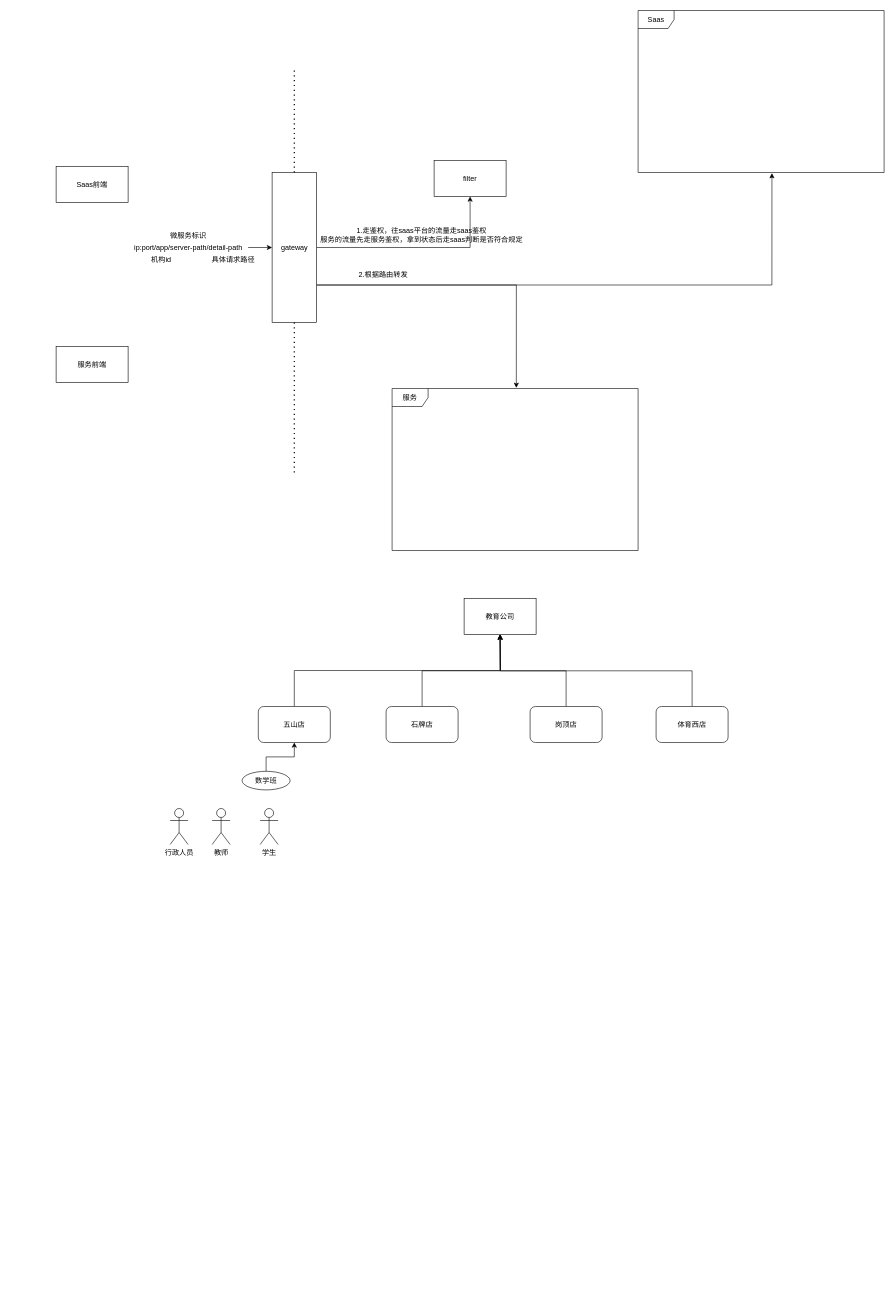
The draw.io diagram page "第 3 页" (3 of 3) of raft.drawio in Echidnaaa/draw, before the edit. Source tidied: cells renumbered, new cells numbered last; positions are measured from the earlier drawing's top-left corner, leaving out a move shared by most shapes. Both pictures are drawn from the tidied source at 60%, with x=0, y=0 at pixel (56, 10).
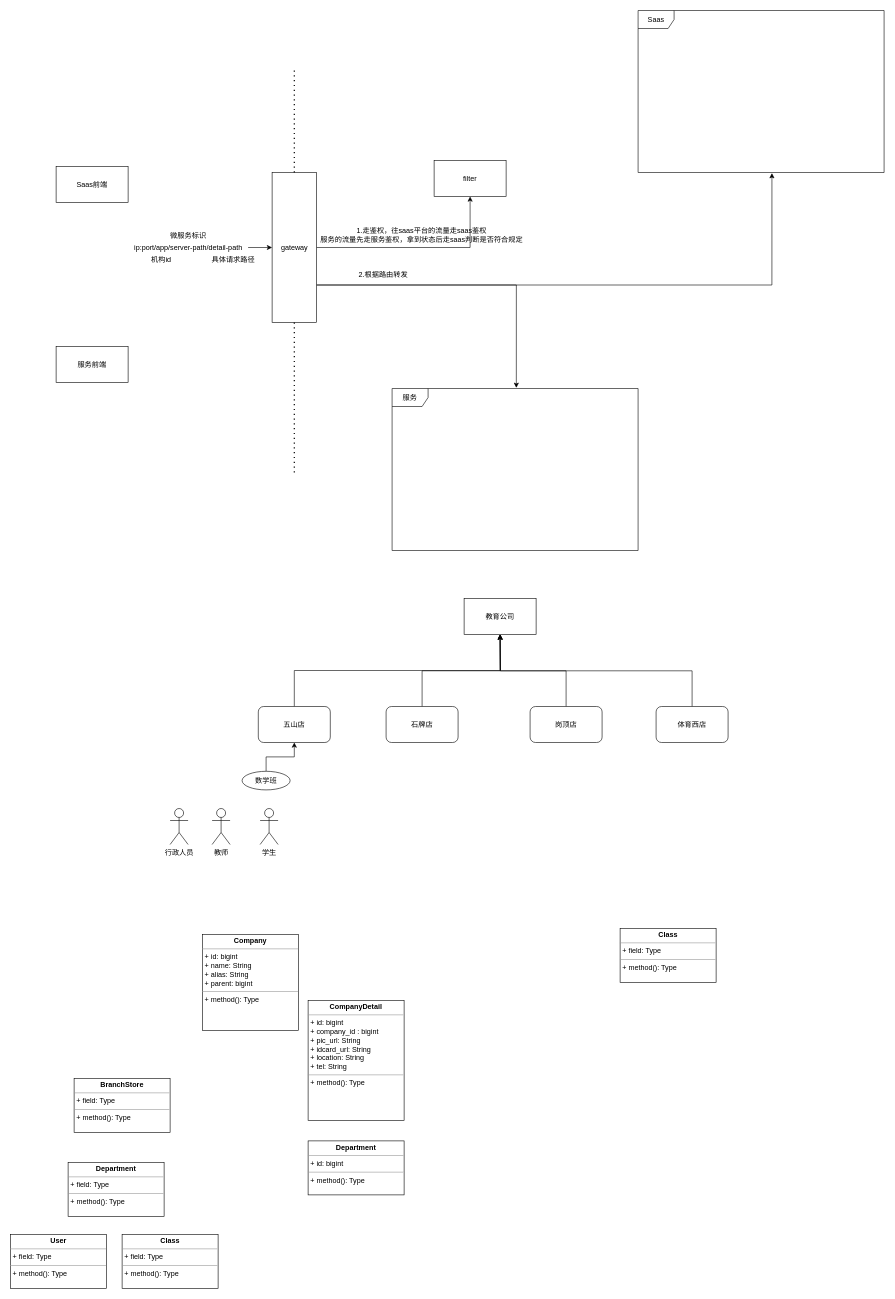
After the change.

Change to the diagram source:
```diff
@@
+    <mxCell id="34" value="&lt;p style=&quot;margin: 0px ; margin-top: 4px ; text-align: center&quot;&gt;&lt;b&gt;Company&lt;/b&gt;&lt;/p&gt;&lt;hr size=&quot;1&quot;&gt;&lt;p style=&quot;margin: 0px ; margin-left: 4px&quot;&gt;+ id: bigint&lt;/p&gt;&lt;p style=&quot;margin: 0px ; margin-left: 4px&quot;&gt;+ name: String&lt;/p&gt;&lt;p style=&quot;margin: 0px ; margin-left: 4px&quot;&gt;+ alias: String&lt;/p&gt;&lt;p style=&quot;margin: 0px ; margin-left: 4px&quot;&gt;+ parent: bigint&lt;/p&gt;&lt;hr size=&quot;1&quot;&gt;&lt;p style=&quot;margin: 0px ; margin-left: 4px&quot;&gt;+ method(): Type&lt;/p&gt;" style="verticalAlign=top;align=left;overflow=fill;fontSize=12;fontFamily=Helvetica;html=1;" parent="1" vertex="1">
+      <mxGeometry x="244" y="1540" width="160" height="160" as="geometry" />
+    </mxCell>
+    <mxCell id="35" value="&lt;p style=&quot;margin: 0px ; margin-top: 4px ; text-align: center&quot;&gt;&lt;b&gt;User&lt;/b&gt;&lt;/p&gt;&lt;hr size=&quot;1&quot;&gt;&lt;p style=&quot;margin: 0px ; margin-left: 4px&quot;&gt;+ field: Type&lt;/p&gt;&lt;hr size=&quot;1&quot;&gt;&lt;p style=&quot;margin: 0px ; margin-left: 4px&quot;&gt;+ method(): Type&lt;/p&gt;" style="verticalAlign=top;align=left;overflow=fill;fontSize=12;fontFamily=Helvetica;html=1;" parent="1" vertex="1">
+      <mxGeometry x="-76" y="2040" width="160" height="90" as="geometry" />
+    </mxCell>
+    <mxCell id="36" value="&lt;p style=&quot;margin: 0px ; margin-top: 4px ; text-align: center&quot;&gt;&lt;b&gt;CompanyDetail&lt;/b&gt;&lt;/p&gt;&lt;hr size=&quot;1&quot;&gt;&lt;p style=&quot;margin: 0px ; margin-left: 4px&quot;&gt;+ id: bigint&lt;/p&gt;&lt;p style=&quot;margin: 0px ; margin-left: 4px&quot;&gt;+ company_id : bigint&lt;/p&gt;&lt;p style=&quot;margin: 0px ; margin-left: 4px&quot;&gt;+ pic_url: String&lt;/p&gt;&lt;p style=&quot;margin: 0px ; margin-left: 4px&quot;&gt;+ idcard_url: String&lt;/p&gt;&lt;p style=&quot;margin: 0px ; margin-left: 4px&quot;&gt;+ location: String&lt;/p&gt;&lt;p style=&quot;margin: 0px ; margin-left: 4px&quot;&gt;+ tel: String&lt;/p&gt;&lt;hr size=&quot;1&quot;&gt;&lt;p style=&quot;margin: 0px ; margin-left: 4px&quot;&gt;+ method(): Type&lt;/p&gt;" style="verticalAlign=top;align=left;overflow=fill;fontSize=12;fontFamily=Helvetica;html=1;" parent="1" vertex="1">
+      <mxGeometry x="420" y="1650" width="160" height="200" as="geometry" />
+    </mxCell>
+    <mxCell id="37" value="&lt;p style=&quot;margin:0px;margin-top:4px;text-align:center;&quot;&gt;&lt;b&gt;Class&lt;/b&gt;&lt;/p&gt;&lt;hr size=&quot;1&quot;/&gt;&lt;p style=&quot;margin:0px;margin-left:4px;&quot;&gt;+ field: Type&lt;/p&gt;&lt;hr size=&quot;1&quot;/&gt;&lt;p style=&quot;margin:0px;margin-left:4px;&quot;&gt;+ method(): Type&lt;/p&gt;" style="verticalAlign=top;align=left;overflow=fill;fontSize=12;fontFamily=Helvetica;html=1;" parent="1" vertex="1">
+      <mxGeometry x="940" y="1530" width="160" height="90" as="geometry" />
+    </mxCell>
+    <mxCell id="38" value="&lt;p style=&quot;margin: 0px ; margin-top: 4px ; text-align: center&quot;&gt;&lt;b&gt;BranchStore&lt;/b&gt;&lt;/p&gt;&lt;hr size=&quot;1&quot;&gt;&lt;p style=&quot;margin: 0px ; margin-left: 4px&quot;&gt;+ field: Type&lt;/p&gt;&lt;hr size=&quot;1&quot;&gt;&lt;p style=&quot;margin: 0px ; margin-left: 4px&quot;&gt;+ method(): Type&lt;/p&gt;" style="verticalAlign=top;align=left;overflow=fill;fontSize=12;fontFamily=Helvetica;html=1;" parent="1" vertex="1">
+      <mxGeometry x="30" y="1780" width="160" height="90" as="geometry" />
+    </mxCell>
+    <mxCell id="39" value="&lt;p style=&quot;margin:0px;margin-top:4px;text-align:center;&quot;&gt;&lt;b&gt;Class&lt;/b&gt;&lt;/p&gt;&lt;hr size=&quot;1&quot;/&gt;&lt;p style=&quot;margin:0px;margin-left:4px;&quot;&gt;+ field: Type&lt;/p&gt;&lt;hr size=&quot;1&quot;/&gt;&lt;p style=&quot;margin:0px;margin-left:4px;&quot;&gt;+ method(): Type&lt;/p&gt;" style="verticalAlign=top;align=left;overflow=fill;fontSize=12;fontFamily=Helvetica;html=1;" parent="1" vertex="1">
+      <mxGeometry x="110" y="2040" width="160" height="90" as="geometry" />
+    </mxCell>
+    <mxCell id="40" value="&lt;p style=&quot;margin: 0px ; margin-top: 4px ; text-align: center&quot;&gt;&lt;b&gt;Department&lt;/b&gt;&lt;/p&gt;&lt;hr size=&quot;1&quot;&gt;&lt;p style=&quot;margin: 0px ; margin-left: 4px&quot;&gt;+ field: Type&lt;/p&gt;&lt;hr size=&quot;1&quot;&gt;&lt;p style=&quot;margin: 0px ; margin-left: 4px&quot;&gt;+ method(): Type&lt;/p&gt;" style="verticalAlign=top;align=left;overflow=fill;fontSize=12;fontFamily=Helvetica;html=1;" parent="1" vertex="1">
+      <mxGeometry x="20" y="1920" width="160" height="90" as="geometry" />
+    </mxCell>
+    <mxCell id="41" value="&lt;p style=&quot;margin: 0px ; margin-top: 4px ; text-align: center&quot;&gt;&lt;b&gt;Department&lt;/b&gt;&lt;/p&gt;&lt;hr size=&quot;1&quot;&gt;&lt;p style=&quot;margin: 0px ; margin-left: 4px&quot;&gt;+ id: bigint&lt;/p&gt;&lt;hr size=&quot;1&quot;&gt;&lt;p style=&quot;margin: 0px ; margin-left: 4px&quot;&gt;+ method(): Type&lt;/p&gt;" style="verticalAlign=top;align=left;overflow=fill;fontSize=12;fontFamily=Helvetica;html=1;" parent="1" vertex="1">
+      <mxGeometry x="420" y="1884" width="160" height="90" as="geometry" />
+    </mxCell>
```
